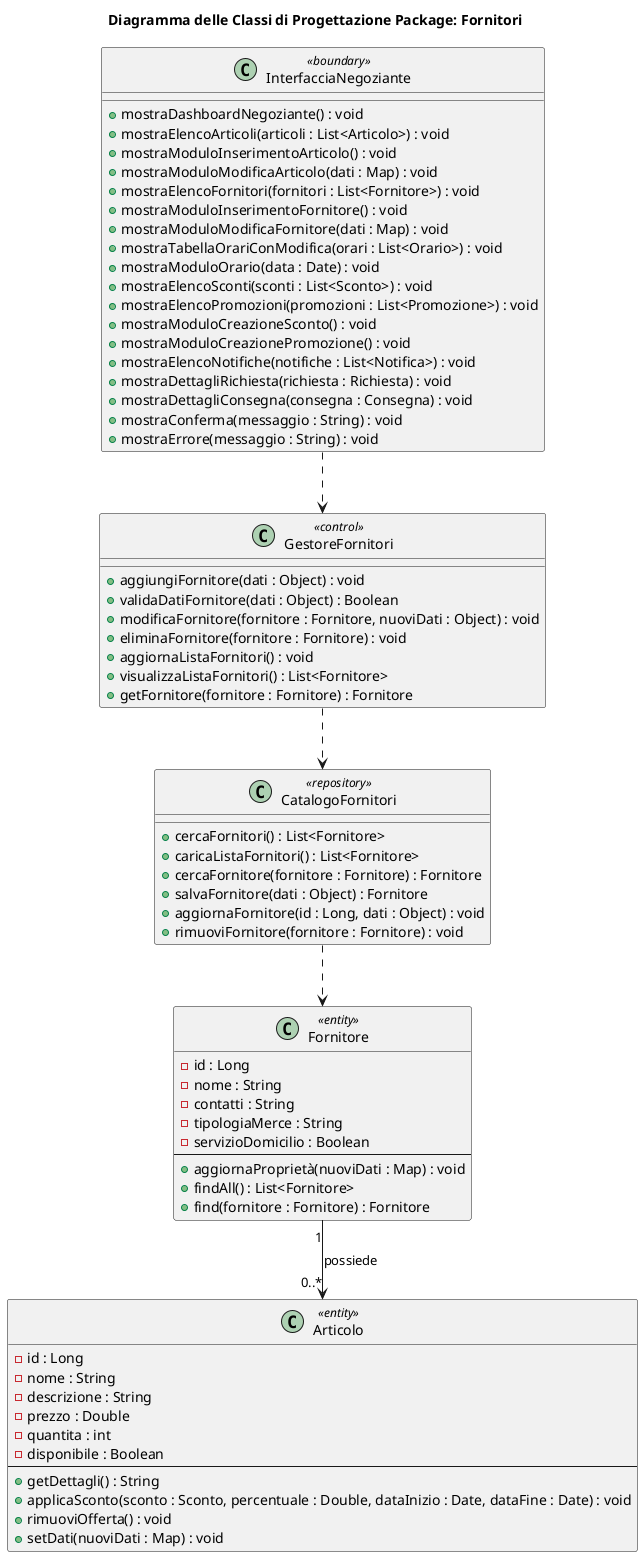
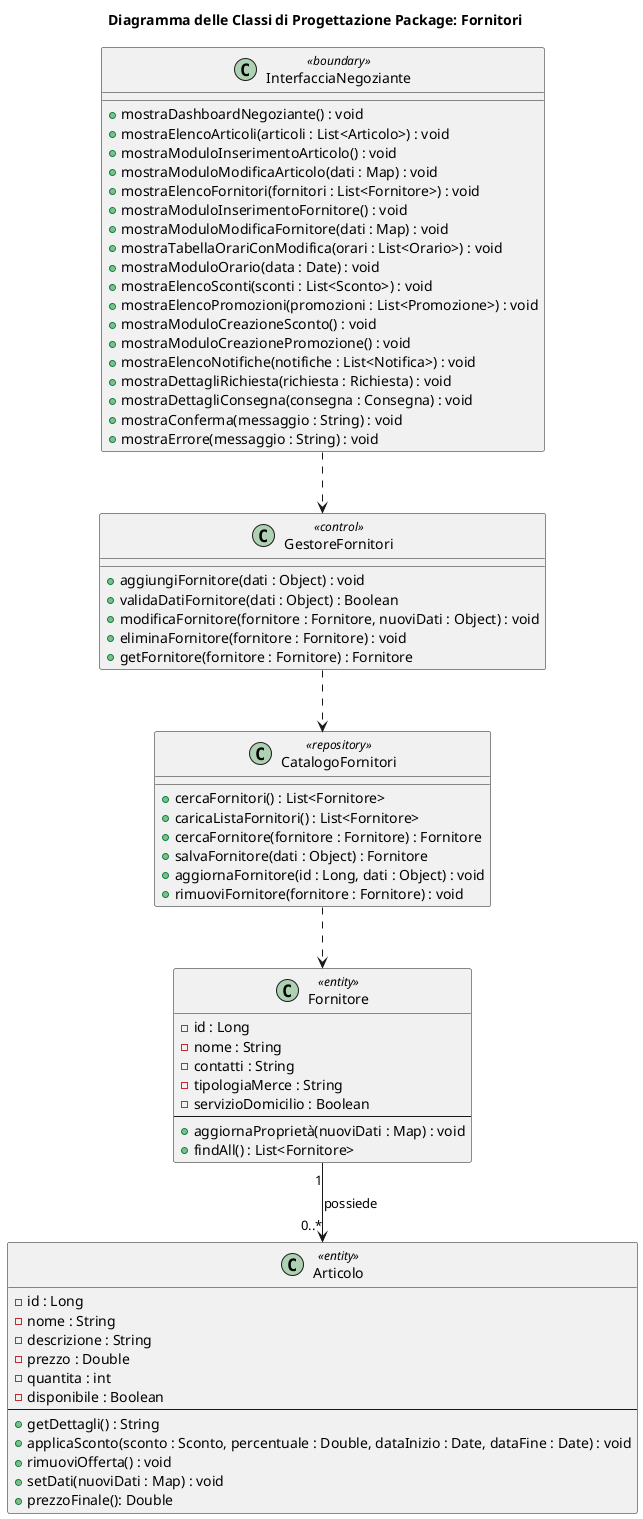
@startuml
title Diagramma delle Classi di Progettazione Package: Fornitori


interface InterfacciaNegoziante <<boundary>>
class GestoreFornitori <<control>>
class CatalogoFornitori <<repository>>
class Articolo <<entity>>

class "InterfacciaNegoziante" <<boundary>> {
    ' Dashboard
    + mostraDashboardNegoziante() : void
    ' Gestione Catalogo
    + mostraElencoArticoli(articoli : List<Articolo>) : void
    + mostraModuloInserimentoArticolo() : void
    + mostraModuloModificaArticolo(dati : Map) : void
    ' Gestione Fornitori
    + mostraElencoFornitori(fornitori : List<Fornitore>) : void
    + mostraModuloInserimentoFornitore() : void
    + mostraModuloModificaFornitore(dati : Map) : void
    ' Gestione Orari
    + mostraTabellaOrariConModifica(orari : List<Orario>) : void
    + mostraModuloOrario(data : Date) : void
    ' Gestione Offerte
    + mostraElencoSconti(sconti : List<Sconto>) : void
    + mostraElencoPromozioni(promozioni : List<Promozione>) : void
    + mostraModuloCreazioneSconto() : void
    + mostraModuloCreazionePromozione() : void
    ' Gestione Notifiche
    + mostraElencoNotifiche(notifiche : List<Notifica>) : void
    + mostraDettagliRichiesta(richiesta : Richiesta) : void
    + mostraDettagliConsegna(consegna : Consegna) : void
    ' Messaggi comuni
    + mostraConferma(messaggio : String) : void
    + mostraErrore(messaggio : String) : void
}
class Articolo <<entity>> {
    - id : Long
    - nome : String
    - descrizione : String
    - prezzo : Double
    - quantita : int
    - disponibile : Boolean
    --
    + getDettagli() : String
    + applicaSconto(sconto : Sconto, percentuale : Double, dataInizio : Date, dataFine : Date) : void
    + rimuoviOfferta() : void
    + setDati(nuoviDati : Map) : void
+     + prezzoFinale(): Double
}
class Fornitore <<entity>> {
    - id : Long
    - nome : String
    - contatti : String
    - tipologiaMerce : String
    - servizioDomicilio : Boolean
    --
    + aggiornaProprietà(nuoviDati : Map) : void
    + findAll() : List<Fornitore>
-     + find(fornitore : Fornitore) : Fornitore
}
class CatalogoFornitori <<repository>> {
    + cercaFornitori() : List<Fornitore>
    + caricaListaFornitori() : List<Fornitore>
    + cercaFornitore(fornitore : Fornitore) : Fornitore
    + salvaFornitore(dati : Object) : Fornitore
    + aggiornaFornitore(id : Long, dati : Object) : void
    + rimuoviFornitore(fornitore : Fornitore) : void
}
class GestoreFornitori <<control>> {
    + aggiungiFornitore(dati : Object) : void
    + validaDatiFornitore(dati : Object) : Boolean
    + modificaFornitore(fornitore : Fornitore, nuoviDati : Object) : void
    + eliminaFornitore(fornitore : Fornitore) : void
-     + aggiornaListaFornitori() : void
-     + visualizzaListaFornitori() : List<Fornitore>
    + getFornitore(fornitore : Fornitore) : Fornitore
}

InterfacciaNegoziante ..> GestoreFornitori
GestoreFornitori ..> CatalogoFornitori
CatalogoFornitori ..> Fornitore
Fornitore "1" --> "0..*" Articolo :possiede
@enduml